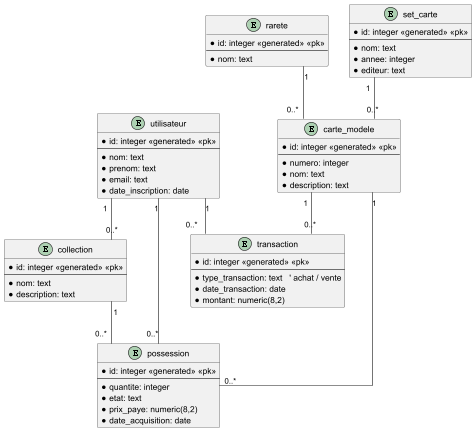
The PlantUML diagram diagrammes/collection_cartes_logique.png in Youriski/collection_cartes_bd, before a commit. Source of this version:
```plantuml
@startuml
skinparam linetype ortho

entity utilisateur {
    * id: integer <<generated>> <<pk>>
    ---
    * nom: text
    * prenom: text
    * email: text
    * date_inscription: date
}

entity rarete {
    * id: integer <<generated>> <<pk>>
    ---
    * nom: text
}

entity set_carte {
    * id: integer <<generated>> <<pk>>
    ---
    * nom: text
    * annee: integer
    * editeur: text
}

entity carte_modele {
    * id: integer <<generated>> <<pk>>
    ---
    * numero: integer
    * nom: text
    * description: text
}

entity collection {
    * id: integer <<generated>> <<pk>>
    ---
    * nom: text
    * description: text
}

entity possession {
    * id: integer <<generated>> <<pk>>
    ---
    * quantite: integer
    * etat: text
    * prix_paye: numeric(8,2)
    * date_acquisition: date
}

entity transaction {
    * id: integer <<generated>> <<pk>>
    ---
    * type_transaction: text   ' achat / vente
    * date_transaction: date
    * montant: numeric(8,2)
}

utilisateur "1" -- "0..*" collection

utilisateur "1" -- "0..*" possession

collection "1" -- "0..*" possession

rarete "1" -- "0..*" carte_modele

set_carte "1" -- "0..*" carte_modele

carte_modele "1" --- "0..*" possession

utilisateur "1" -- "0..*" transaction

carte_modele "1" -- "0..*" transaction

@enduml
```
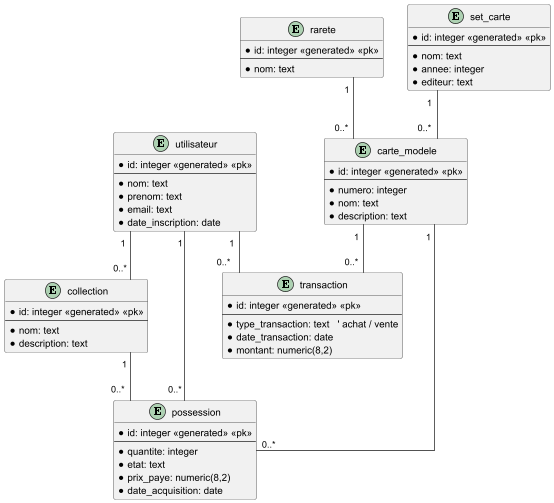
After the change.

What changed in the source:
```diff
@@ -56,20 +56,20 @@
     * montant: numeric(8,2)
 }
 
-utilisateur "1" -- "0..*" collection
+utilisateur " 1" -- "0..*    " collection
 
-utilisateur "1" -- "0..*" possession
+utilisateur "1 " -- "0..* " possession
 
-collection "1" -- "0..*" possession
+collection "1    " -- "0..*" possession
 
-rarete "1" -- "0..*" carte_modele
+rarete "1    " -- "0..*" carte_modele
 
-set_carte "1" -- "0..*" carte_modele
+set_carte "1" -- "0..*    " carte_modele
 
-carte_modele "1" --- "0..*" possession
+carte_modele "1   " --- "0..*" possession
 
-utilisateur "1" -- "0..*" transaction
+utilisateur "1    " -- "0..*" transaction
 
-carte_modele "1" -- "0..*" transaction
+carte_modele "1" -- "0..*    " transaction
 
 @enduml
```
